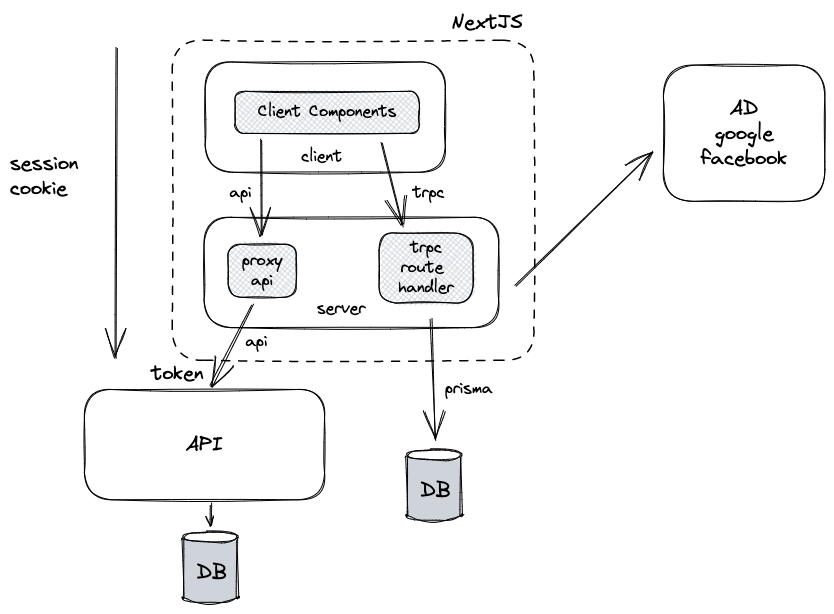
Above: packages/next-pages/design.excalidraw.png in Euricom/training-nextjs-app-router (Excalidraw), before the change. Source tidied: one line per element, renumbered; positions are measured from the earlier drawing's top-left corner, leaving out a move shared by most shapes. The source it was exported from:
```json
{"id": 0, "type": "rectangle", "strokeColor": "#000000", "strokeWidth": 1, "strokeStyle": "dashed", "roughness": 1, "round": true, "x": 162, "y": 30, "width": 362, "height": 320}
{"id": 1, "type": "rectangle", "strokeColor": "#000000", "strokeWidth": 1, "roughness": 1, "round": true, "x": 195, "y": 52, "width": 240, "height": 110}
{"id": 2, "type": "rectangle", "strokeColor": "#000000", "strokeWidth": 1, "roughness": 1, "round": true, "x": 194, "y": 207, "width": 295, "height": 110}
{"id": 3, "type": "rectangle", "strokeColor": "#000000", "strokeWidth": 1, "roughness": 1, "round": true, "x": 74, "y": 380, "width": 240, "height": 110}
{"id": 4, "type": "text", "text": "API", "strokeColor": "#000000", "strokeWidth": 1, "roughness": 1, "fontSize": 20, "fontFamily": 1, "textAlign": "center", "verticalAlign": "middle", "inside": 3, "x": 176, "y": 422, "width": 37, "height": 25}
{"id": 5, "type": "line", "strokeColor": "#000000", "backgroundColor": "#ced4da", "fillStyle": "solid", "strokeWidth": 1, "roughness": 1, "round": true, "x": 397, "y": 446, "width": 55, "height": 71, "points": [[0, 0], [0, 53], [0, 59], [3, 62], [13, 64], [29, 65], [45, 64], [53, 61], [55, 59], [55, 54], [55, 4], [54, 0], [51, -3], [43, -4], [27, -6], [13, -5], [2, -2], [0, 0], [0, 0]]}
{"id": 6, "type": "ellipse", "strokeColor": "#000000", "backgroundColor": "#fff", "fillStyle": "solid", "strokeWidth": 1, "roughness": 1, "x": 397, "y": 440, "width": 54, "height": 11}
{"id": 7, "type": "arrow", "strokeColor": "#000000", "strokeWidth": 1, "roughness": 1, "endArrowhead": "arrow", "round": true, "from": 25, "to": 6, "x": 421, "y": 308, "width": 4, "height": 122, "points": [[0, 0], [4, 122]]}
{"id": 8, "type": "text", "text": "DB", "strokeColor": "#000000", "strokeWidth": 1, "roughness": 1, "fontSize": 20, "fontFamily": 1, "x": 410, "y": 468, "width": 30, "height": 25}
{"id": 9, "type": "line", "strokeColor": "#000000", "backgroundColor": "#ced4da", "fillStyle": "solid", "strokeWidth": 1, "roughness": 1, "round": true, "x": 173, "y": 528, "width": 55, "height": 71, "points": [[0, 0], [0, 53], [0, 59], [3, 62], [13, 64], [29, 65], [45, 64], [53, 61], [55, 59], [55, 54], [55, 4], [54, 0], [51, -3], [43, -4], [27, -6], [13, -5], [2, -2], [0, 0], [0, 0]]}
{"id": 10, "type": "ellipse", "strokeColor": "#000000", "backgroundColor": "#fff", "fillStyle": "solid", "strokeWidth": 1, "roughness": 1, "x": 173, "y": 522, "width": 54, "height": 11}
{"id": 11, "type": "text", "text": "DB", "strokeColor": "#000000", "strokeWidth": 1, "roughness": 1, "fontSize": 20, "fontFamily": 1, "x": 187, "y": 550, "width": 30, "height": 25}
{"id": 12, "type": "arrow", "strokeColor": "#000000", "strokeWidth": 1, "roughness": 1, "endArrowhead": "arrow", "round": true, "from": 3, "to": 10, "x": 201, "y": 493, "width": 1, "height": 23, "points": [[0, 0], [1, 23]]}
{"id": 13, "type": "arrow", "strokeColor": "#000000", "strokeWidth": 1, "roughness": 1, "endArrowhead": "arrow", "round": true, "from": 19, "to": 27, "x": 251, "y": 130, "width": 1, "height": 95, "points": [[0, 0], [1, 95]]}
{"id": 14, "type": "text", "text": "client", "strokeColor": "#000000", "strokeWidth": 1, "roughness": 1, "fontSize": 16, "fontFamily": 1, "x": 291, "y": 137, "width": 41, "height": 20}
{"id": 15, "type": "text", "text": "server", "strokeColor": "#000000", "strokeWidth": 1, "roughness": 1, "fontSize": 16, "fontFamily": 1, "x": 307, "y": 289, "width": 48, "height": 20}
{"id": 16, "type": "arrow", "strokeColor": "#000000", "strokeWidth": 1, "roughness": 1, "endArrowhead": "arrow", "round": true, "from": 27, "to": 3, "x": 242, "y": 295, "width": 41, "height": 80, "points": [[0, 0], [-41, 80]]}
{"id": 17, "type": "text", "text": "NextJS", "strokeColor": "#000000", "strokeWidth": 1, "roughness": 1, "fontSize": 20, "fontFamily": 1, "x": 441, "y": 0, "width": 71, "height": 25}
{"id": 18, "type": "arrow", "strokeColor": "#000000", "strokeWidth": 1, "roughness": 1, "endArrowhead": "arrow", "round": true, "from": 19, "to": 25, "x": 372, "y": 132, "width": 22, "height": 85, "points": [[0, 0], [22, 85]]}
{"id": 19, "type": "rectangle", "strokeColor": "#000000", "backgroundColor": "#ced4da", "fillStyle": "cross-hatch", "strokeWidth": 1, "roughness": 1, "round": true, "x": 225, "y": 81, "width": 184, "height": 42}
{"id": 20, "type": "text", "text": "Client Components", "strokeColor": "#000000", "backgroundColor": "#ced4da", "fillStyle": "cross-hatch", "strokeWidth": 1, "roughness": 1, "fontSize": 16, "fontFamily": 1, "textAlign": "center", "verticalAlign": "middle", "inside": 19, "x": 248, "y": 92, "width": 139, "height": 20}
{"id": 21, "type": "text", "text": "trpc", "strokeColor": "#000000", "strokeWidth": 1, "roughness": 1, "fontSize": 16, "fontFamily": 1, "textAlign": "center", "x": 403, "y": 173, "width": 32, "height": 20}
{"id": 22, "type": "text", "text": "api", "strokeColor": "#000000", "strokeWidth": 1, "roughness": 1, "fontSize": 16, "fontFamily": 1, "textAlign": "center", "x": 220, "y": 173, "width": 22, "height": 20}
{"id": 23, "type": "text", "text": "api", "strokeColor": "#000000", "strokeWidth": 1, "roughness": 1, "fontSize": 16, "fontFamily": 1, "textAlign": "center", "x": 235, "y": 322, "width": 22, "height": 20}
{"id": 24, "type": "text", "text": "prisma", "strokeColor": "#000000", "strokeWidth": 1, "roughness": 1, "fontSize": 16, "fontFamily": 1, "textAlign": "center", "x": 435, "y": 369, "width": 48, "height": 20}
{"id": 25, "type": "rectangle", "strokeColor": "#000000", "backgroundColor": "#ced4da", "fillStyle": "cross-hatch", "strokeWidth": 1, "roughness": 1, "round": true, "x": 369, "y": 223, "width": 94, "height": 70}
{"id": 26, "type": "text", "text": "trpc\nroute \nhandler", "strokeColor": "#000000", "backgroundColor": "#ced4da", "fillStyle": "cross-hatch", "strokeWidth": 1, "roughness": 1, "fontSize": 16, "fontFamily": 1, "textAlign": "center", "verticalAlign": "middle", "inside": 25, "x": 389, "y": 228, "width": 55, "height": 60}
{"id": 27, "type": "rectangle", "strokeColor": "#000000", "backgroundColor": "#ced4da", "fillStyle": "cross-hatch", "strokeWidth": 1, "roughness": 1, "round": true, "x": 218, "y": 234, "width": 68, "height": 53}
{"id": 28, "type": "text", "text": "proxy\napi", "strokeColor": "#000000", "backgroundColor": "#ced4da", "fillStyle": "cross-hatch", "strokeWidth": 1, "roughness": 1, "fontSize": 16, "fontFamily": 1, "textAlign": "center", "verticalAlign": "middle", "inside": 27, "x": 232, "y": 241, "width": 40, "height": 40}
{"id": 29, "type": "arrow", "strokeColor": "#000000", "strokeWidth": 1, "roughness": 1, "endArrowhead": "arrow", "round": true, "x": 107, "y": 38, "width": 1, "height": 310, "points": [[0, 0], [-1, 310]]}
{"id": 30, "type": "text", "text": "session\ncookie", "strokeColor": "#000000", "strokeWidth": 1, "roughness": 1, "fontSize": 20, "fontFamily": 1, "x": 0, "y": 141, "width": 68, "height": 50}
{"id": 31, "type": "rectangle", "strokeColor": "#000000", "strokeWidth": 1, "roughness": 1, "round": true, "x": 653, "y": 55, "width": 161, "height": 136}
{"id": 32, "type": "text", "text": "AD\ngoogle\nfacebook", "strokeColor": "#000000", "strokeWidth": 1, "roughness": 1, "fontSize": 20, "fontFamily": 1, "textAlign": "center", "verticalAlign": "middle", "inside": 31, "x": 691, "y": 86, "width": 86, "height": 75}
{"id": 33, "type": "arrow", "strokeColor": "#000000", "strokeWidth": 1, "roughness": 1, "endArrowhead": "arrow", "round": true, "from": 2, "to": 31, "x": 506, "y": 276, "width": 136, "height": 134, "points": [[0, 0], [136, -134]]}
{"id": 34, "type": "text", "text": "token", "strokeColor": "#000000", "strokeWidth": 1, "roughness": 1, "fontSize": 20, "fontFamily": 1, "x": 141, "y": 351, "width": 52, "height": 25}
```
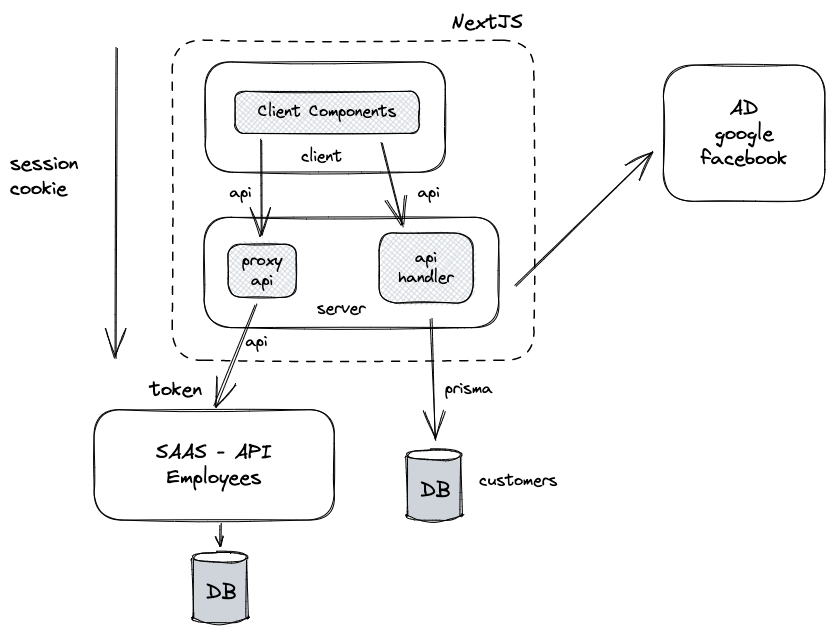
The same file after the commit.

The edit, as a diff of the source:
```diff
@@ -1,30 +1,30 @@
 {"id": 0, "type": "rectangle", "strokeColor": "#000000", "strokeWidth": 1, "strokeStyle": "dashed", "roughness": 1, "round": true, "x": 162, "y": 30, "width": 362, "height": 320}
 {"id": 1, "type": "rectangle", "strokeColor": "#000000", "strokeWidth": 1, "roughness": 1, "round": true, "x": 195, "y": 52, "width": 240, "height": 110}
 {"id": 2, "type": "rectangle", "strokeColor": "#000000", "strokeWidth": 1, "roughness": 1, "round": true, "x": 194, "y": 207, "width": 295, "height": 110}
-{"id": 3, "type": "rectangle", "strokeColor": "#000000", "strokeWidth": 1, "roughness": 1, "round": true, "x": 74, "y": 380, "width": 240, "height": 110}
+{"id": 3, "type": "rectangle", "strokeColor": "#000000", "strokeWidth": 1, "roughness": 1, "round": true, "x": 84, "y": 400, "width": 240, "height": 110}
-{"id": 4, "type": "text", "text": "API", "strokeColor": "#000000", "strokeWidth": 1, "roughness": 1, "fontSize": 20, "fontFamily": 1, "textAlign": "center", "verticalAlign": "middle", "inside": 3, "x": 176, "y": 422, "width": 37, "height": 25}
+{"id": 4, "type": "text", "text": "SAAS - API\nEmployees", "strokeColor": "#000000", "strokeWidth": 1, "roughness": 1, "fontSize": 20, "fontFamily": 1, "textAlign": "center", "verticalAlign": "middle", "inside": 3, "x": 146, "y": 430, "width": 116, "height": 50}
 {"id": 5, "type": "line", "strokeColor": "#000000", "backgroundColor": "#ced4da", "fillStyle": "solid", "strokeWidth": 1, "roughness": 1, "round": true, "x": 397, "y": 446, "width": 55, "height": 71, "points": [[0, 0], [0, 53], [0, 59], [3, 62], [13, 64], [29, 65], [45, 64], [53, 61], [55, 59], [55, 54], [55, 4], [54, 0], [51, -3], [43, -4], [27, -6], [13, -5], [2, -2], [0, 0], [0, 0]]}
 {"id": 6, "type": "ellipse", "strokeColor": "#000000", "backgroundColor": "#fff", "fillStyle": "solid", "strokeWidth": 1, "roughness": 1, "x": 397, "y": 440, "width": 54, "height": 11}
 {"id": 7, "type": "arrow", "strokeColor": "#000000", "strokeWidth": 1, "roughness": 1, "endArrowhead": "arrow", "round": true, "from": 25, "to": 6, "x": 421, "y": 308, "width": 4, "height": 122, "points": [[0, 0], [4, 122]]}
 {"id": 8, "type": "text", "text": "DB", "strokeColor": "#000000", "strokeWidth": 1, "roughness": 1, "fontSize": 20, "fontFamily": 1, "x": 410, "y": 468, "width": 30, "height": 25}
-{"id": 9, "type": "line", "strokeColor": "#000000", "backgroundColor": "#ced4da", "fillStyle": "solid", "strokeWidth": 1, "roughness": 1, "round": true, "x": 173, "y": 528, "width": 55, "height": 71, "points": [[0, 0], [0, 53], [0, 59], [3, 62], [13, 64], [29, 65], [45, 64], [53, 61], [55, 59], [55, 54], [55, 4], [54, 0], [51, -3], [43, -4], [27, -6], [13, -5], [2, -2], [0, 0], [0, 0]]}
+{"id": 9, "type": "line", "strokeColor": "#000000", "backgroundColor": "#ced4da", "fillStyle": "solid", "strokeWidth": 1, "roughness": 1, "round": true, "x": 183, "y": 548, "width": 55, "height": 71, "points": [[0, 0], [0, 53], [0, 59], [3, 62], [13, 64], [29, 65], [45, 64], [53, 61], [55, 59], [55, 54], [55, 4], [54, 0], [51, -3], [43, -4], [27, -6], [13, -5], [2, -2], [0, 0], [0, 0]]}
-{"id": 10, "type": "ellipse", "strokeColor": "#000000", "backgroundColor": "#fff", "fillStyle": "solid", "strokeWidth": 1, "roughness": 1, "x": 173, "y": 522, "width": 54, "height": 11}
+{"id": 10, "type": "ellipse", "strokeColor": "#000000", "backgroundColor": "#fff", "fillStyle": "solid", "strokeWidth": 1, "roughness": 1, "x": 183, "y": 542, "width": 54, "height": 11}
-{"id": 11, "type": "text", "text": "DB", "strokeColor": "#000000", "strokeWidth": 1, "roughness": 1, "fontSize": 20, "fontFamily": 1, "x": 187, "y": 550, "width": 30, "height": 25}
+{"id": 11, "type": "text", "text": "DB", "strokeColor": "#000000", "strokeWidth": 1, "roughness": 1, "fontSize": 20, "fontFamily": 1, "x": 196, "y": 570, "width": 30, "height": 25}
-{"id": 12, "type": "arrow", "strokeColor": "#000000", "strokeWidth": 1, "roughness": 1, "endArrowhead": "arrow", "round": true, "from": 3, "to": 10, "x": 201, "y": 493, "width": 1, "height": 23, "points": [[0, 0], [1, 23]]}
+{"id": 12, "type": "arrow", "strokeColor": "#000000", "strokeWidth": 1, "roughness": 1, "endArrowhead": "arrow", "round": true, "from": 3, "to": 10, "x": 211, "y": 514, "width": 1, "height": 23, "points": [[0, 0], [1, 23]]}
 {"id": 13, "type": "arrow", "strokeColor": "#000000", "strokeWidth": 1, "roughness": 1, "endArrowhead": "arrow", "round": true, "from": 19, "to": 27, "x": 251, "y": 130, "width": 1, "height": 95, "points": [[0, 0], [1, 95]]}
 {"id": 14, "type": "text", "text": "client", "strokeColor": "#000000", "strokeWidth": 1, "roughness": 1, "fontSize": 16, "fontFamily": 1, "x": 291, "y": 137, "width": 41, "height": 20}
 {"id": 15, "type": "text", "text": "server", "strokeColor": "#000000", "strokeWidth": 1, "roughness": 1, "fontSize": 16, "fontFamily": 1, "x": 307, "y": 289, "width": 48, "height": 20}
-{"id": 16, "type": "arrow", "strokeColor": "#000000", "strokeWidth": 1, "roughness": 1, "endArrowhead": "arrow", "round": true, "from": 27, "to": 3, "x": 242, "y": 295, "width": 41, "height": 80, "points": [[0, 0], [-41, 80]]}
+{"id": 16, "type": "arrow", "strokeColor": "#000000", "strokeWidth": 1, "roughness": 1, "endArrowhead": "arrow", "round": true, "from": 27, "to": 3, "x": 245, "y": 295, "width": 41, "height": 100, "points": [[0, 0], [-41, 100]]}
 {"id": 17, "type": "text", "text": "NextJS", "strokeColor": "#000000", "strokeWidth": 1, "roughness": 1, "fontSize": 20, "fontFamily": 1, "x": 441, "y": 0, "width": 71, "height": 25}
 {"id": 18, "type": "arrow", "strokeColor": "#000000", "strokeWidth": 1, "roughness": 1, "endArrowhead": "arrow", "round": true, "from": 19, "to": 25, "x": 372, "y": 132, "width": 22, "height": 85, "points": [[0, 0], [22, 85]]}
 {"id": 19, "type": "rectangle", "strokeColor": "#000000", "backgroundColor": "#ced4da", "fillStyle": "cross-hatch", "strokeWidth": 1, "roughness": 1, "round": true, "x": 225, "y": 81, "width": 184, "height": 42}
 {"id": 20, "type": "text", "text": "Client Components", "strokeColor": "#000000", "backgroundColor": "#ced4da", "fillStyle": "cross-hatch", "strokeWidth": 1, "roughness": 1, "fontSize": 16, "fontFamily": 1, "textAlign": "center", "verticalAlign": "middle", "inside": 19, "x": 248, "y": 92, "width": 139, "height": 20}
-{"id": 21, "type": "text", "text": "trpc", "strokeColor": "#000000", "strokeWidth": 1, "roughness": 1, "fontSize": 16, "fontFamily": 1, "textAlign": "center", "x": 403, "y": 173, "width": 32, "height": 20}
+{"id": 21, "type": "text", "text": "api", "strokeColor": "#000000", "strokeWidth": 1, "roughness": 1, "fontSize": 16, "fontFamily": 1, "textAlign": "center", "x": 408, "y": 173, "width": 22, "height": 20}
 {"id": 22, "type": "text", "text": "api", "strokeColor": "#000000", "strokeWidth": 1, "roughness": 1, "fontSize": 16, "fontFamily": 1, "textAlign": "center", "x": 220, "y": 173, "width": 22, "height": 20}
 {"id": 23, "type": "text", "text": "api", "strokeColor": "#000000", "strokeWidth": 1, "roughness": 1, "fontSize": 16, "fontFamily": 1, "textAlign": "center", "x": 235, "y": 322, "width": 22, "height": 20}
 {"id": 24, "type": "text", "text": "prisma", "strokeColor": "#000000", "strokeWidth": 1, "roughness": 1, "fontSize": 16, "fontFamily": 1, "textAlign": "center", "x": 435, "y": 369, "width": 48, "height": 20}
 {"id": 25, "type": "rectangle", "strokeColor": "#000000", "backgroundColor": "#ced4da", "fillStyle": "cross-hatch", "strokeWidth": 1, "roughness": 1, "round": true, "x": 369, "y": 223, "width": 94, "height": 70}
-{"id": 26, "type": "text", "text": "trpc\nroute \nhandler", "strokeColor": "#000000", "backgroundColor": "#ced4da", "fillStyle": "cross-hatch", "strokeWidth": 1, "roughness": 1, "fontSize": 16, "fontFamily": 1, "textAlign": "center", "verticalAlign": "middle", "inside": 25, "x": 389, "y": 228, "width": 55, "height": 60}
+{"id": 26, "type": "text", "text": "api\nhandler", "strokeColor": "#000000", "backgroundColor": "#ced4da", "fillStyle": "cross-hatch", "strokeWidth": 1, "roughness": 1, "fontSize": 16, "fontFamily": 1, "textAlign": "center", "verticalAlign": "middle", "inside": 25, "x": 389, "y": 238, "width": 55, "height": 40}
 {"id": 27, "type": "rectangle", "strokeColor": "#000000", "backgroundColor": "#ced4da", "fillStyle": "cross-hatch", "strokeWidth": 1, "roughness": 1, "round": true, "x": 218, "y": 234, "width": 68, "height": 53}
 {"id": 28, "type": "text", "text": "proxy\napi", "strokeColor": "#000000", "backgroundColor": "#ced4da", "fillStyle": "cross-hatch", "strokeWidth": 1, "roughness": 1, "fontSize": 16, "fontFamily": 1, "textAlign": "center", "verticalAlign": "middle", "inside": 27, "x": 232, "y": 241, "width": 40, "height": 40}
 {"id": 29, "type": "arrow", "strokeColor": "#000000", "strokeWidth": 1, "roughness": 1, "endArrowhead": "arrow", "round": true, "x": 107, "y": 38, "width": 1, "height": 310, "points": [[0, 0], [-1, 310]]}
@@ -32,4 +32,5 @@
 {"id": 31, "type": "rectangle", "strokeColor": "#000000", "strokeWidth": 1, "roughness": 1, "round": true, "x": 653, "y": 55, "width": 161, "height": 136}
 {"id": 32, "type": "text", "text": "AD\ngoogle\nfacebook", "strokeColor": "#000000", "strokeWidth": 1, "roughness": 1, "fontSize": 20, "fontFamily": 1, "textAlign": "center", "verticalAlign": "middle", "inside": 31, "x": 691, "y": 86, "width": 86, "height": 75}
 {"id": 33, "type": "arrow", "strokeColor": "#000000", "strokeWidth": 1, "roughness": 1, "endArrowhead": "arrow", "round": true, "from": 2, "to": 31, "x": 506, "y": 276, "width": 136, "height": 134, "points": [[0, 0], [136, -134]]}
-{"id": 34, "type": "text", "text": "token", "strokeColor": "#000000", "strokeWidth": 1, "roughness": 1, "fontSize": 20, "fontFamily": 1, "x": 141, "y": 351, "width": 52, "height": 25}
+{"id": 34, "type": "text", "text": "token", "strokeColor": "#000000", "strokeWidth": 1, "roughness": 1, "fontSize": 20, "fontFamily": 1, "x": 140, "y": 367, "width": 52, "height": 25}
+{"id": 35, "type": "text", "text": "customers", "strokeColor": "#000000", "strokeWidth": 1, "roughness": 1, "fontSize": 16, "fontFamily": 1, "textAlign": "center", "x": 469, "y": 461, "width": 78, "height": 20}
```
